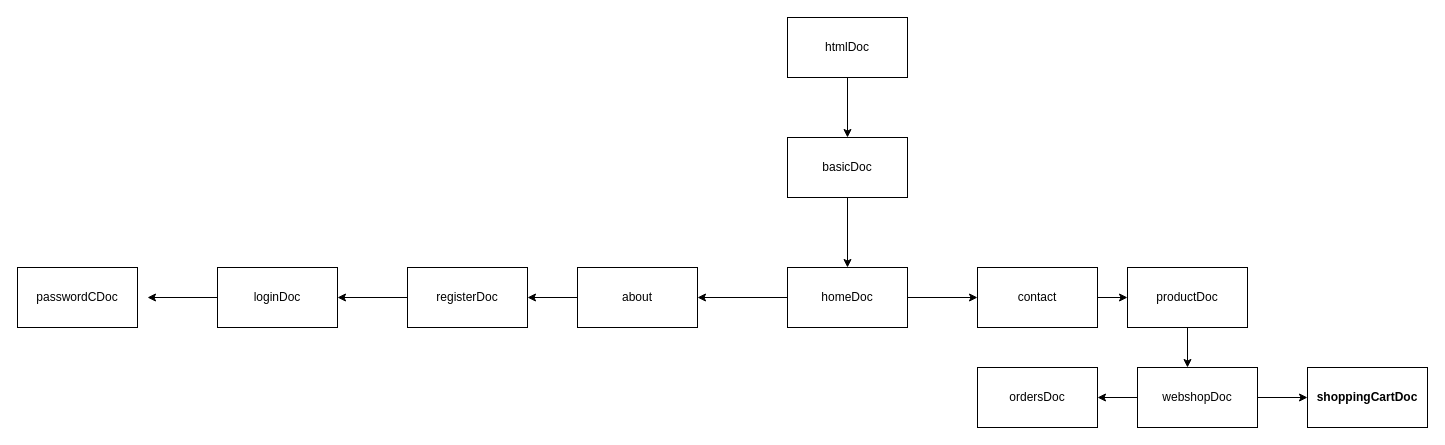
Earlier version of the draw.io diagram Diagrams/oop.drawio (OmerS7/educom-webshop-oop-1696940510). Source tidied: cells renumbered, new cells numbered last; positions are measured from the earlier drawing's top-left corner, leaving out a move shared by most shapes. Both pictures are drawn from the tidied source at 100%, with x=0, y=0 at pixel (17, 17).
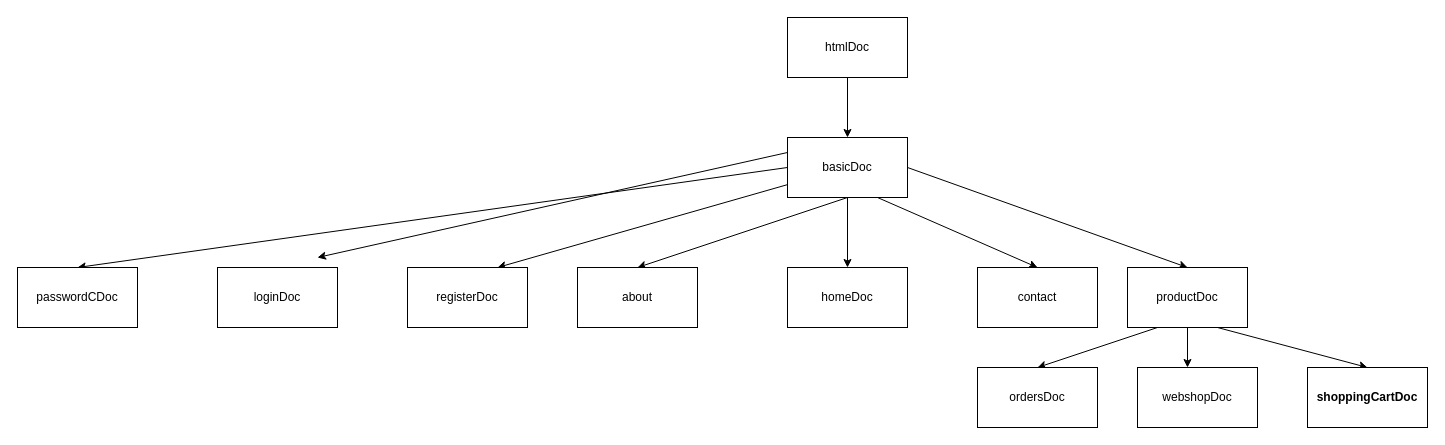
Above is the later version.

Commit message (it also covers changes not shown here):
oop inheritance diagram updated

The change refers to these unchanged cells:
```xml
<mxCell id="5" value="basicDoc" style="rounded=0;whiteSpace=wrap;html=1;" parent="1" vertex="1">
  <mxGeometry x="770" y="120" width="120" height="60" as="geometry" />
</mxCell>
<mxCell id="8" value="homeDoc" style="rounded=0;whiteSpace=wrap;html=1;" parent="1" vertex="1">
  <mxGeometry x="770" y="250" width="120" height="60" as="geometry" />
</mxCell>
<mxCell id="10" value="contact" style="rounded=0;whiteSpace=wrap;html=1;" parent="1" vertex="1">
  <mxGeometry x="960" y="250" width="120" height="60" as="geometry" />
</mxCell>
<mxCell id="12" value="about" style="rounded=0;whiteSpace=wrap;html=1;" parent="1" vertex="1">
  <mxGeometry x="560" y="250" width="120" height="60" as="geometry" />
</mxCell>
<mxCell id="14" value="productDoc" style="rounded=0;whiteSpace=wrap;html=1;" parent="1" vertex="1">
  <mxGeometry x="1110" y="250" width="120" height="60" as="geometry" />
</mxCell>
<mxCell id="16" value="shoppingCartDoc" style="rounded=0;whiteSpace=wrap;html=1;fontStyle=1;" parent="1" vertex="1">
  <mxGeometry x="1290" y="350" width="120" height="60" as="geometry" />
</mxCell>
<mxCell id="18" value="webshopDoc" style="rounded=0;whiteSpace=wrap;html=1;" parent="1" vertex="1">
  <mxGeometry x="1120" y="350" width="120" height="60" as="geometry" />
</mxCell>
<mxCell id="20" value="registerDoc" style="rounded=0;whiteSpace=wrap;html=1;" parent="1" vertex="1">
  <mxGeometry x="390" y="250" width="120" height="60" as="geometry" />
</mxCell>
<mxCell id="22" value="loginDoc" style="rounded=0;whiteSpace=wrap;html=1;" parent="1" vertex="1">
  <mxGeometry x="200" y="250" width="120" height="60" as="geometry" />
</mxCell>
<mxCell id="23" value="ordersDoc" style="rounded=0;whiteSpace=wrap;html=1;" parent="1" vertex="1">
  <mxGeometry x="960" y="350" width="120" height="60" as="geometry" />
</mxCell>
<mxCell id="24" value="passwordCDoc" style="rounded=0;whiteSpace=wrap;html=1;" parent="1" vertex="1">
  <mxGeometry y="250" width="120" height="60" as="geometry" />
</mxCell>
```

What changed in the source:
```diff
@@
+    <mxCell id="25" style="edgeStyle=none;html=1;exitX=0.5;exitY=1;exitDx=0;exitDy=0;entryX=0.5;entryY=0;entryDx=0;entryDy=0;" parent="1" edge="1" source="5" target="12">
+      <mxGeometry relative="1" as="geometry" />
+    </mxCell>
+    <mxCell id="26" style="edgeStyle=none;html=1;exitX=0.75;exitY=1;exitDx=0;exitDy=0;entryX=0.5;entryY=0;entryDx=0;entryDy=0;" parent="1" edge="1" source="5" target="10">
+      <mxGeometry relative="1" as="geometry" />
+    </mxCell>
+    <mxCell id="27" style="edgeStyle=none;html=1;exitX=1;exitY=0.5;exitDx=0;exitDy=0;entryX=0.5;entryY=0;entryDx=0;entryDy=0;" parent="1" edge="1" source="5" target="14">
+      <mxGeometry relative="1" as="geometry" />
+    </mxCell>
+    <mxCell id="28" style="edgeStyle=none;html=1;entryX=0.75;entryY=0;entryDx=0;entryDy=0;" parent="1" edge="1" source="5" target="20">
+      <mxGeometry relative="1" as="geometry" />
+    </mxCell>
+    <mxCell id="29" style="edgeStyle=none;html=1;exitX=0;exitY=0.25;exitDx=0;exitDy=0;" parent="1" edge="1" source="5">
+      <mxGeometry relative="1" as="geometry">
+        <mxPoint x="300" y="240" as="targetPoint" />
+      </mxGeometry>
+    </mxCell>
+    <mxCell id="30" style="edgeStyle=none;html=1;exitX=0;exitY=0.5;exitDx=0;exitDy=0;entryX=0.5;entryY=0;entryDx=0;entryDy=0;" parent="1" edge="1" source="5" target="24">
+      <mxGeometry relative="1" as="geometry" />
+    </mxCell>
@@
-    <mxCell id="6" style="edgeStyle=none;html=1;entryX=0;entryY=0.5;entryDx=0;entryDy=0;" parent="1" edge="1" source="8" target="10">
-      <mxGeometry relative="1" as="geometry" />
-    </mxCell>
-    <mxCell id="7" style="edgeStyle=none;html=1;" parent="1" edge="1" source="8">
-      <mxGeometry relative="1" as="geometry">
-        <mxPoint x="680" y="280" as="targetPoint" />
-      </mxGeometry>
-    </mxCell>
@@
-    <mxCell id="9" style="edgeStyle=none;html=1;exitX=1;exitY=0.5;exitDx=0;exitDy=0;" parent="1" edge="1" source="10" target="14">
-      <mxGeometry relative="1" as="geometry" />
-    </mxCell>
@@
-    <mxCell id="11" style="edgeStyle=none;html=1;" parent="1" edge="1" source="12" target="20">
-      <mxGeometry relative="1" as="geometry" />
-    </mxCell>
@@
+    <mxCell id="31" style="edgeStyle=none;html=1;exitX=0.75;exitY=1;exitDx=0;exitDy=0;entryX=0.5;entryY=0;entryDx=0;entryDy=0;" parent="1" edge="1" source="14" target="16">
+      <mxGeometry relative="1" as="geometry" />
+    </mxCell>
+    <mxCell id="32" style="edgeStyle=none;html=1;exitX=0.25;exitY=1;exitDx=0;exitDy=0;entryX=0.5;entryY=0;entryDx=0;entryDy=0;" parent="1" edge="1" source="14" target="23">
+      <mxGeometry relative="1" as="geometry" />
+    </mxCell>
@@
-    <mxCell id="15" style="edgeStyle=none;html=1;" parent="1" edge="1" target="16">
-      <mxGeometry relative="1" as="geometry">
-        <mxPoint x="1230" y="380" as="sourcePoint" />
-      </mxGeometry>
-    </mxCell>
@@
-    <mxCell id="17" style="edgeStyle=none;html=1;entryX=1;entryY=0.5;entryDx=0;entryDy=0;" parent="1" edge="1" source="18" target="23">
-      <mxGeometry relative="1" as="geometry" />
-    </mxCell>
@@
-    <mxCell id="19" style="edgeStyle=none;html=1;" parent="1" edge="1" source="20" target="22">
-      <mxGeometry relative="1" as="geometry" />
-    </mxCell>
@@
-    <mxCell id="21" style="edgeStyle=none;html=1;" parent="1" edge="1" source="22">
-      <mxGeometry relative="1" as="geometry">
-        <mxPoint x="130" y="280" as="targetPoint" />
-      </mxGeometry>
-    </mxCell>
```
